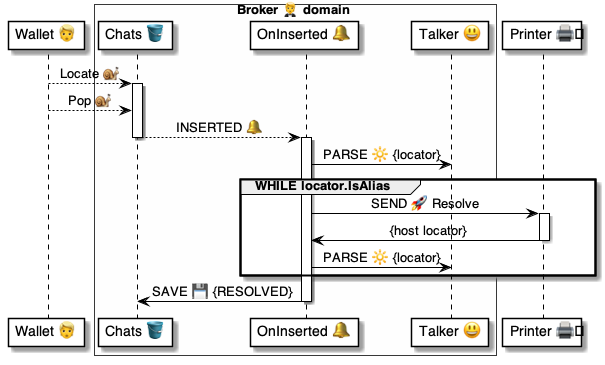
Earlier version of the PlantUML export 4 ⚙️ Solution/20 🧑‍🦰 UI/Brokers 🤵/🤵🪣 Broker tables/Chats 💬 table/🪣🔔 1 Inserted/🤵 OnChatInserted ⚙️ uml.png (pollyweb-org/pollyweb-docs). Its source is kept beside it as 4 ⚙️ Solution/20 🧑‍🦰 UI/Brokers 🤵/🤵🪣 Broker tables/Chats 💬 table/🪣🔔 1 Inserted/🤵 OnChatInserted ⚙️ uml.puml.
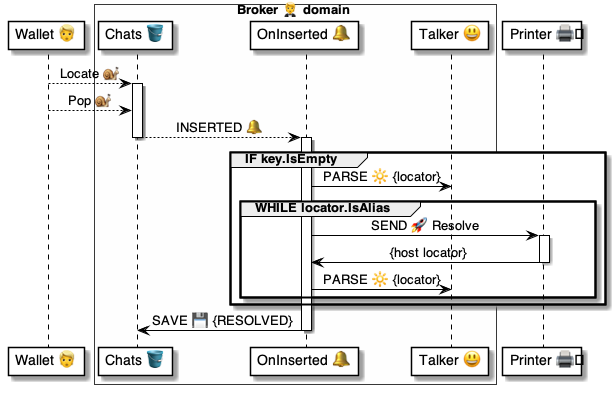
Later version of the same file.

What changed in the source:
```diff
@@ -18,22 +18,25 @@
 deactivate table
 
 activate handler
-
-    handler -> talker: PARSE 🔆 {locator}
-
-    group WHILE locator.IsAlias
-
-        handler -> printer: SEND 🚀 Resolve
-
-        activate printer
-            printer -> handler: {host locator}
-        deactivate printer
+    group IF key.IsEmpty
 
         handler -> talker: PARSE 🔆 {locator}
 
+        group WHILE locator.IsAlias
+
+            handler -> printer: SEND 🚀 Resolve
+
+            activate printer
+                printer -> handler: {host locator}
+            deactivate printer
+
+            handler -> talker: PARSE 🔆 {locator}
+
+        end group
     end group
 
     handler -> table: SAVE 💾 {RESOLVED}
+
 deactivate handler
 
 @enduml
```
